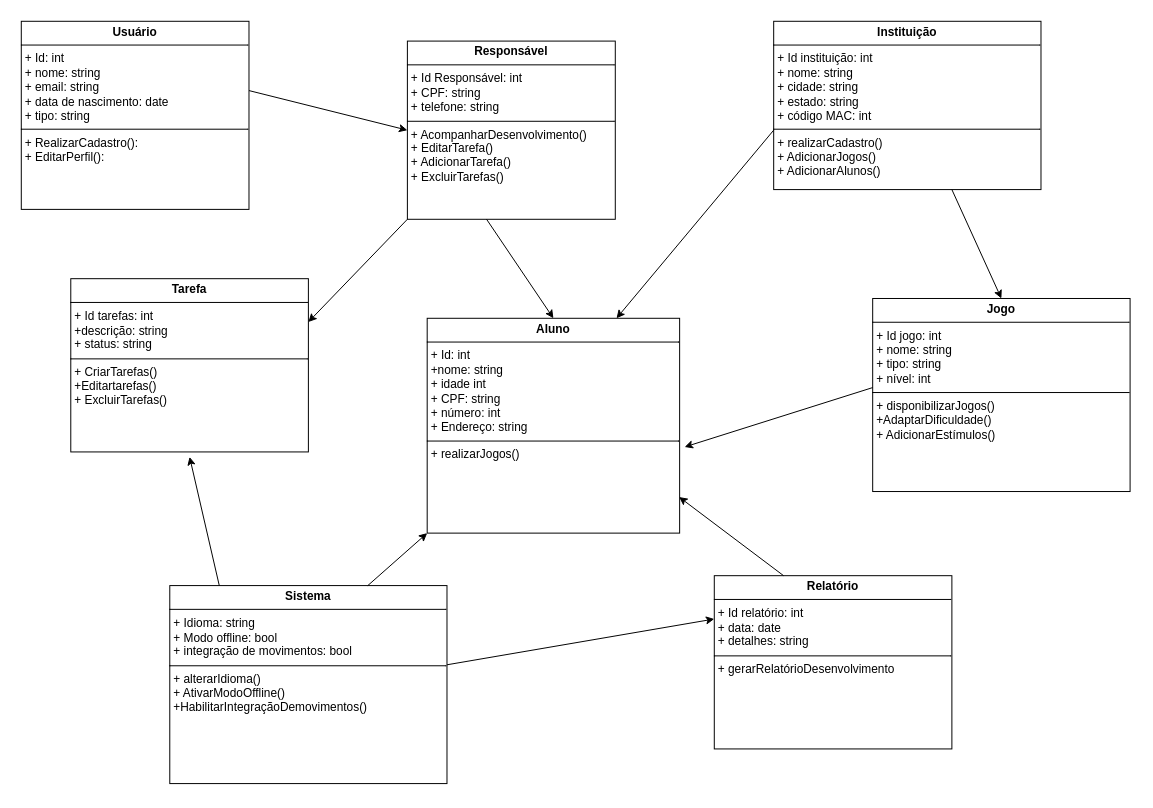
AnaBeatriz191/diagramasderequisitos keeps this draw.io diagram as page "diagrama de classes" (3 of 3) of Diagramaaula.drawio. Above is the earlier version. Source tidied: cells renumbered, new cells numbered last; positions are measured from the earlier drawing's top-left corner, leaving out a move shared by most shapes. Both pictures are drawn from the tidied source at 99%, with x=0, y=0 at pixel (21, 21).
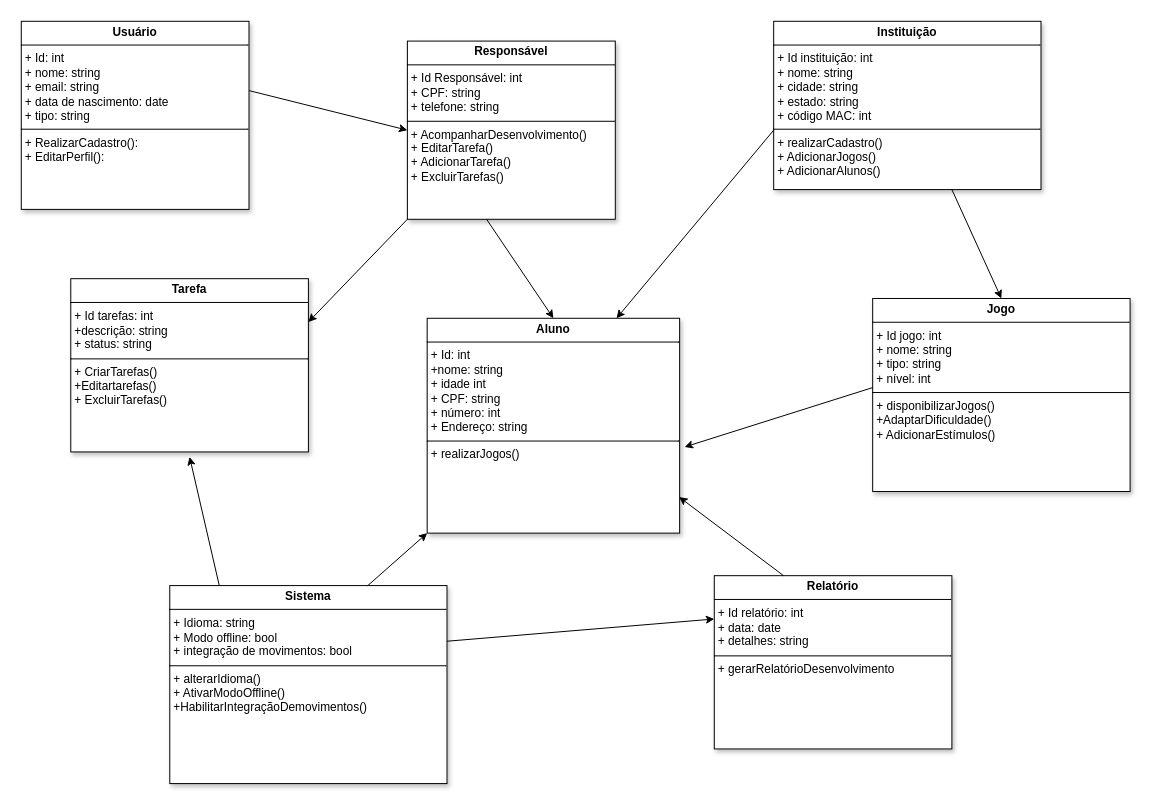
The same diagram, later.

What changed in the source:
```diff
@@
-    <mxCell id="2" value="&lt;p style=&quot;margin:0px;margin-top:4px;text-align:center;&quot;&gt;&lt;b&gt;Relatório&lt;/b&gt;&lt;/p&gt;&lt;hr size=&quot;1&quot; style=&quot;border-style:solid;&quot;&gt;&lt;p style=&quot;margin:0px;margin-left:4px;&quot;&gt;+ Id relatório: int&lt;br&gt;+ data: date&lt;br&gt;+ detalhes: string&lt;/p&gt;&lt;hr size=&quot;1&quot; style=&quot;border-style:solid;&quot;&gt;&lt;p style=&quot;margin:0px;margin-left:4px;&quot;&gt;+ gerarRelatórioDesenvolvimento&lt;/p&gt;" style="verticalAlign=top;align=left;overflow=fill;html=1;whiteSpace=wrap;" parent="1" vertex="1">
+    <mxCell id="2" value="&lt;p style=&quot;margin:0px;margin-top:4px;text-align:center;&quot;&gt;&lt;b&gt;Relatório&lt;/b&gt;&lt;/p&gt;&lt;hr size=&quot;1&quot; style=&quot;border-style:solid;&quot;&gt;&lt;p style=&quot;margin:0px;margin-left:4px;&quot;&gt;+ Id relatório: int&lt;br&gt;+ data: date&lt;br&gt;+ detalhes: string&lt;/p&gt;&lt;hr size=&quot;1&quot; style=&quot;border-style:solid;&quot;&gt;&lt;p style=&quot;margin:0px;margin-left:4px;&quot;&gt;+ gerarRelatórioDesenvolvimento&lt;/p&gt;" style="verticalAlign=top;align=left;overflow=fill;html=1;whiteSpace=wrap;shadow=1;" parent="1" vertex="1">
       <mxGeometry x="700" y="560" width="240" height="175" as="geometry" />
     </mxCell>
-    <mxCell id="3" value="&lt;p style=&quot;margin:0px;margin-top:4px;text-align:center;&quot;&gt;&lt;b&gt;Jogo&lt;/b&gt;&lt;/p&gt;&lt;hr size=&quot;1&quot; style=&quot;border-style:solid;&quot;&gt;&lt;p style=&quot;margin:0px;margin-left:4px;&quot;&gt;+ Id jogo: int&lt;br&gt;+ nome: string&lt;/p&gt;&lt;p style=&quot;margin:0px;margin-left:4px;&quot;&gt;+ tipo: string&lt;/p&gt;&lt;p style=&quot;margin:0px;margin-left:4px;&quot;&gt;+ nível: int&lt;/p&gt;&lt;hr size=&quot;1&quot; style=&quot;border-style:solid;&quot;&gt;&lt;p style=&quot;margin:0px;margin-left:4px;&quot;&gt;+ disponibilizarJogos()&lt;br&gt;+AdaptarDificuldade()&lt;br&gt;+ AdicionarEstímulos()&lt;/p&gt;" style="verticalAlign=top;align=left;overflow=fill;html=1;whiteSpace=wrap;" parent="1" vertex="1">
+    <mxCell id="3" value="&lt;p style=&quot;margin:0px;margin-top:4px;text-align:center;&quot;&gt;&lt;b&gt;Jogo&lt;/b&gt;&lt;/p&gt;&lt;hr size=&quot;1&quot; style=&quot;border-style:solid;&quot;&gt;&lt;p style=&quot;margin:0px;margin-left:4px;&quot;&gt;+ Id jogo: int&lt;br&gt;+ nome: string&lt;/p&gt;&lt;p style=&quot;margin:0px;margin-left:4px;&quot;&gt;+ tipo: string&lt;/p&gt;&lt;p style=&quot;margin:0px;margin-left:4px;&quot;&gt;+ nível: int&lt;/p&gt;&lt;hr size=&quot;1&quot; style=&quot;border-style:solid;&quot;&gt;&lt;p style=&quot;margin:0px;margin-left:4px;&quot;&gt;+ disponibilizarJogos()&lt;br&gt;+AdaptarDificuldade()&lt;br&gt;+ AdicionarEstímulos()&lt;/p&gt;" style="verticalAlign=top;align=left;overflow=fill;html=1;whiteSpace=wrap;shadow=1;" parent="1" vertex="1">
       <mxGeometry x="860" y="280" width="260" height="195" as="geometry" />
     </mxCell>
-    <mxCell id="4" value="&lt;p style=&quot;margin:0px;margin-top:4px;text-align:center;&quot;&gt;&lt;b&gt;Instituição&lt;/b&gt;&lt;/p&gt;&lt;hr size=&quot;1&quot; style=&quot;border-style:solid;&quot;&gt;&lt;p style=&quot;margin:0px;margin-left:4px;&quot;&gt;+ Id instituição: int&lt;br&gt;+ nome: string&lt;br&gt;+ cidade: string&lt;br&gt;+ estado: string&lt;br&gt;+ código MAC: int&lt;/p&gt;&lt;hr size=&quot;1&quot; style=&quot;border-style:solid;&quot;&gt;&lt;p style=&quot;margin:0px;margin-left:4px;&quot;&gt;+ realizarCadastro()&lt;br&gt;+ AdicionarJogos()&lt;br&gt;+ AdicionarAlunos()&lt;/p&gt;" style="verticalAlign=top;align=left;overflow=fill;html=1;whiteSpace=wrap;" parent="1" vertex="1">
+    <mxCell id="4" value="&lt;p style=&quot;margin:0px;margin-top:4px;text-align:center;&quot;&gt;&lt;b&gt;Instituição&lt;/b&gt;&lt;/p&gt;&lt;hr size=&quot;1&quot; style=&quot;border-style:solid;&quot;&gt;&lt;p style=&quot;margin:0px;margin-left:4px;&quot;&gt;+ Id instituição: int&lt;br&gt;+ nome: string&lt;br&gt;+ cidade: string&lt;br&gt;+ estado: string&lt;br&gt;+ código MAC: int&lt;/p&gt;&lt;hr size=&quot;1&quot; style=&quot;border-style:solid;&quot;&gt;&lt;p style=&quot;margin:0px;margin-left:4px;&quot;&gt;+ realizarCadastro()&lt;br&gt;+ AdicionarJogos()&lt;br&gt;+ AdicionarAlunos()&lt;/p&gt;" style="verticalAlign=top;align=left;overflow=fill;html=1;whiteSpace=wrap;shadow=1;" parent="1" vertex="1">
       <mxGeometry x="760" width="270" height="170" as="geometry" />
     </mxCell>
-    <mxCell id="5" value="&lt;p style=&quot;margin:0px;margin-top:4px;text-align:center;&quot;&gt;&lt;b&gt;Responsável&lt;/b&gt;&lt;/p&gt;&lt;hr size=&quot;1&quot; style=&quot;border-style:solid;&quot;&gt;&lt;p style=&quot;margin:0px;margin-left:4px;&quot;&gt;+ Id Responsável: int&lt;br&gt;+ CPF: string&lt;br&gt;+ telefone: string&lt;/p&gt;&lt;hr size=&quot;1&quot; style=&quot;border-style:solid;&quot;&gt;&lt;p style=&quot;margin:0px;margin-left:4px;&quot;&gt;+ AcompanharDesenvolvimento()&lt;br&gt;+ EditarTarefa()&lt;br&gt;+ AdicionarTarefa()&lt;br&gt;+ ExcluirTarefas()&lt;br&gt;&lt;br&gt;&lt;/p&gt;" style="verticalAlign=top;align=left;overflow=fill;html=1;whiteSpace=wrap;" parent="1" vertex="1">
+    <mxCell id="5" value="&lt;p style=&quot;margin:0px;margin-top:4px;text-align:center;&quot;&gt;&lt;b&gt;Responsável&lt;/b&gt;&lt;/p&gt;&lt;hr size=&quot;1&quot; style=&quot;border-style:solid;&quot;&gt;&lt;p style=&quot;margin:0px;margin-left:4px;&quot;&gt;+ Id Responsável: int&lt;br&gt;+ CPF: string&lt;br&gt;+ telefone: string&lt;/p&gt;&lt;hr size=&quot;1&quot; style=&quot;border-style:solid;&quot;&gt;&lt;p style=&quot;margin:0px;margin-left:4px;&quot;&gt;+ AcompanharDesenvolvimento()&lt;br&gt;+ EditarTarefa()&lt;br&gt;+ AdicionarTarefa()&lt;br&gt;+ ExcluirTarefas()&lt;br&gt;&lt;br&gt;&lt;/p&gt;" style="verticalAlign=top;align=left;overflow=fill;html=1;whiteSpace=wrap;shadow=1;" parent="1" vertex="1">
       <mxGeometry x="390" y="20" width="210" height="180" as="geometry" />
     </mxCell>
-    <mxCell id="6" value="&lt;p style=&quot;margin:0px;margin-top:4px;text-align:center;&quot;&gt;&lt;b&gt;Usuário&lt;/b&gt;&lt;/p&gt;&lt;hr size=&quot;1&quot; style=&quot;border-style:solid;&quot;&gt;&lt;p style=&quot;margin:0px;margin-left:4px;&quot;&gt;+ Id: int&lt;br&gt;+ nome: string&lt;br&gt;+ email: string&lt;br&gt;+ data de nascimento: date&lt;br&gt;+ tipo: string&lt;/p&gt;&lt;hr size=&quot;1&quot; style=&quot;border-style:solid;&quot;&gt;&lt;p style=&quot;margin:0px;margin-left:4px;&quot;&gt;+ RealizarCadastro():&amp;nbsp;&lt;br&gt;+ EditarPerfil():&lt;/p&gt;" style="verticalAlign=top;align=left;overflow=fill;html=1;whiteSpace=wrap;" parent="1" vertex="1">
+    <mxCell id="6" value="&lt;p style=&quot;margin:0px;margin-top:4px;text-align:center;&quot;&gt;&lt;b&gt;Usuário&lt;/b&gt;&lt;/p&gt;&lt;hr size=&quot;1&quot; style=&quot;border-style:solid;&quot;&gt;&lt;p style=&quot;margin:0px;margin-left:4px;&quot;&gt;+ Id: int&lt;br&gt;+ nome: string&lt;br&gt;+ email: string&lt;br&gt;+ data de nascimento: date&lt;br&gt;+ tipo: string&lt;/p&gt;&lt;hr size=&quot;1&quot; style=&quot;border-style:solid;&quot;&gt;&lt;p style=&quot;margin:0px;margin-left:4px;&quot;&gt;+ RealizarCadastro():&amp;nbsp;&lt;br&gt;+ EditarPerfil():&lt;/p&gt;" style="verticalAlign=top;align=left;overflow=fill;html=1;whiteSpace=wrap;shadow=1;" parent="1" vertex="1">
       <mxGeometry width="230" height="190" as="geometry" />
     </mxCell>
-    <mxCell id="7" value="&lt;p style=&quot;margin:0px;margin-top:4px;text-align:center;&quot;&gt;&lt;b&gt;Tarefa&lt;/b&gt;&lt;/p&gt;&lt;hr size=&quot;1&quot; style=&quot;border-style:solid;&quot;&gt;&lt;p style=&quot;margin:0px;margin-left:4px;&quot;&gt;+ Id tarefas: int&lt;br&gt;+descrição: string&lt;br&gt;+ status: string&lt;/p&gt;&lt;hr size=&quot;1&quot; style=&quot;border-style:solid;&quot;&gt;&lt;p style=&quot;margin:0px;margin-left:4px;&quot;&gt;+ CriarTarefas()&lt;br&gt;+Editartarefas()&lt;br&gt;+ ExcluirTarefas()&lt;/p&gt;" style="verticalAlign=top;align=left;overflow=fill;html=1;whiteSpace=wrap;" parent="1" vertex="1">
+    <mxCell id="7" value="&lt;p style=&quot;margin:0px;margin-top:4px;text-align:center;&quot;&gt;&lt;b&gt;Tarefa&lt;/b&gt;&lt;/p&gt;&lt;hr size=&quot;1&quot; style=&quot;border-style:solid;&quot;&gt;&lt;p style=&quot;margin:0px;margin-left:4px;&quot;&gt;+ Id tarefas: int&lt;br&gt;+descrição: string&lt;br&gt;+ status: string&lt;/p&gt;&lt;hr size=&quot;1&quot; style=&quot;border-style:solid;&quot;&gt;&lt;p style=&quot;margin:0px;margin-left:4px;&quot;&gt;+ CriarTarefas()&lt;br&gt;+Editartarefas()&lt;br&gt;+ ExcluirTarefas()&lt;/p&gt;" style="verticalAlign=top;align=left;overflow=fill;html=1;whiteSpace=wrap;shadow=1;" parent="1" vertex="1">
       <mxGeometry x="50" y="260" width="240" height="175" as="geometry" />
     </mxCell>
-    <mxCell id="8" value="&lt;p style=&quot;margin:0px;margin-top:4px;text-align:center;&quot;&gt;&lt;b&gt;Aluno&lt;/b&gt;&lt;/p&gt;&lt;hr size=&quot;1&quot; style=&quot;border-style:solid;&quot;&gt;&lt;p style=&quot;margin:0px;margin-left:4px;&quot;&gt;+ Id: int&lt;br&gt;+nome: string&lt;br&gt;+ idade int&lt;br&gt;+ CPF: string&lt;br&gt;+ número: int&lt;br&gt;+ Endereço: string&lt;/p&gt;&lt;hr size=&quot;1&quot; style=&quot;border-style:solid;&quot;&gt;&lt;p style=&quot;margin:0px;margin-left:4px;&quot;&gt;+ realizarJogos()&lt;/p&gt;" style="verticalAlign=top;align=left;overflow=fill;html=1;whiteSpace=wrap;" parent="1" vertex="1">
+    <mxCell id="8" value="&lt;p style=&quot;margin:0px;margin-top:4px;text-align:center;&quot;&gt;&lt;b&gt;Aluno&lt;/b&gt;&lt;/p&gt;&lt;hr size=&quot;1&quot; style=&quot;border-style:solid;&quot;&gt;&lt;p style=&quot;margin:0px;margin-left:4px;&quot;&gt;+ Id: int&lt;br&gt;+nome: string&lt;br&gt;+ idade int&lt;br&gt;+ CPF: string&lt;br&gt;+ número: int&lt;br&gt;+ Endereço: string&lt;/p&gt;&lt;hr size=&quot;1&quot; style=&quot;border-style:solid;&quot;&gt;&lt;p style=&quot;margin:0px;margin-left:4px;&quot;&gt;+ realizarJogos()&lt;/p&gt;" style="verticalAlign=top;align=left;overflow=fill;html=1;whiteSpace=wrap;shadow=1;" parent="1" vertex="1">
       <mxGeometry x="410" y="300" width="255" height="217" as="geometry" />
     </mxCell>
-    <mxCell id="9" value="&lt;p style=&quot;margin:0px;margin-top:4px;text-align:center;&quot;&gt;&lt;b&gt;Sistema&lt;/b&gt;&lt;/p&gt;&lt;hr size=&quot;1&quot; style=&quot;border-style:solid;&quot;&gt;&lt;p style=&quot;margin:0px;margin-left:4px;&quot;&gt;+ Idioma: string&lt;br&gt;+ Modo offline: bool&lt;br&gt;+ integração de movimentos: bool&lt;/p&gt;&lt;hr size=&quot;1&quot; style=&quot;border-style:solid;&quot;&gt;&lt;p style=&quot;margin:0px;margin-left:4px;&quot;&gt;+ alterarIdioma()&lt;br&gt;+ AtivarModoOffline()&lt;br&gt;+HabilitarIntegraçãoDemovimentos()&lt;/p&gt;" style="verticalAlign=top;align=left;overflow=fill;html=1;whiteSpace=wrap;" parent="1" vertex="1">
+    <mxCell id="9" value="&lt;p style=&quot;margin:0px;margin-top:4px;text-align:center;&quot;&gt;&lt;b&gt;Sistema&lt;/b&gt;&lt;/p&gt;&lt;hr size=&quot;1&quot; style=&quot;border-style:solid;&quot;&gt;&lt;p style=&quot;margin:0px;margin-left:4px;&quot;&gt;+ Idioma: string&lt;br&gt;+ Modo offline: bool&lt;br&gt;+ integração de movimentos: bool&lt;/p&gt;&lt;hr size=&quot;1&quot; style=&quot;border-style:solid;&quot;&gt;&lt;p style=&quot;margin:0px;margin-left:4px;&quot;&gt;+ alterarIdioma()&lt;br&gt;+ AtivarModoOffline()&lt;br&gt;+HabilitarIntegraçãoDemovimentos()&lt;/p&gt;" style="verticalAlign=top;align=left;overflow=fill;html=1;whiteSpace=wrap;shadow=1;" parent="1" vertex="1">
       <mxGeometry x="150" y="570" width="280" height="200" as="geometry" />
     </mxCell>
@@
     <mxCell id="17" style="endArrow=classic;html=1;rounded=0;entryX=0;entryY=0.25;entryDx=0;entryDy=0;" parent="1" edge="1" target="2">
       <mxGeometry relative="1" as="geometry">
-        <mxPoint x="430" y="650" as="sourcePoint" />
+        <mxPoint x="430" y="626.2" as="sourcePoint" />
       </mxGeometry>
     </mxCell>
```
